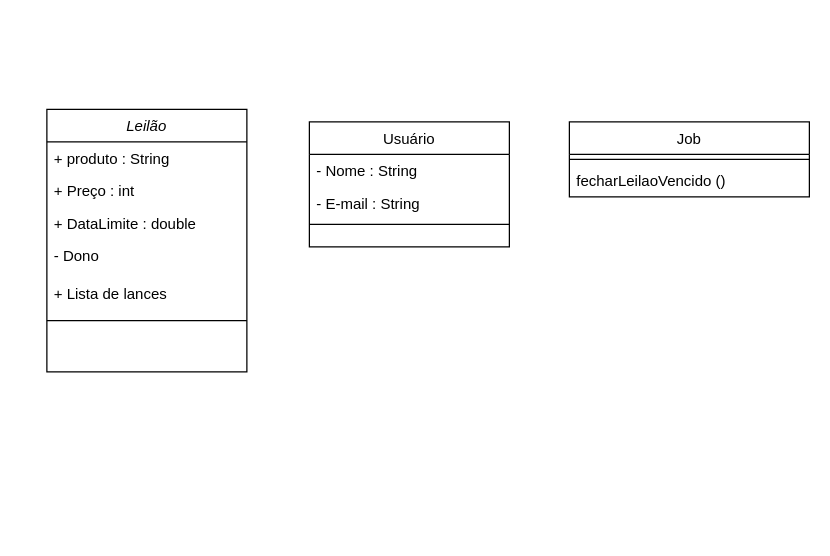
Above: Diagrama de classe sem nome.drawio in Legalso/diagrams (draw.io), before the change. Source tidied: cells renumbered, new cells numbered last; positions are measured from the earlier drawing's top-left corner, leaving out a move shared by most shapes. Both pictures are drawn from the tidied source at 125%, with x=0, y=0 at pixel (46, 109).
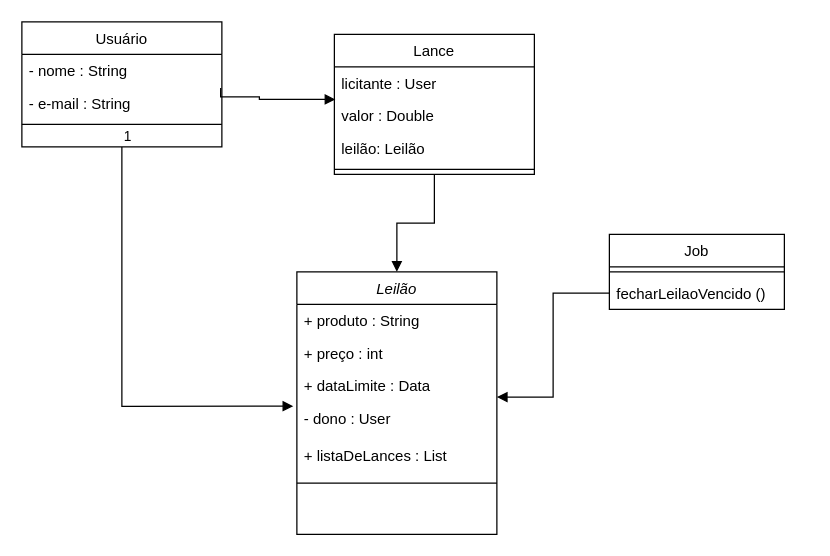
After the change.

The edit, as a diff of the source:
```diff
@@
     <mxCell id="2" value="Leilão" style="swimlane;fontStyle=2;align=center;verticalAlign=top;horizontal=1;startSize=26;rounded=0;shadow=0;strokeWidth=1;" parent="1" vertex="1">
-      <mxGeometry width="160" height="210" as="geometry" />
+      <mxGeometry x="200" y="130" width="160" height="210" as="geometry" />
     </mxCell>
@@
-    <mxCell id="4" value="+ Preço : int" style="text;align=left;verticalAlign=top;spacingLeft=4;spacingRight=4;overflow=hidden;rounded=0;shadow=0;html=0;" parent="2" vertex="1">
+    <mxCell id="4" value="+ preço : int" style="text;align=left;verticalAlign=top;spacingLeft=4;spacingRight=4;overflow=hidden;rounded=0;shadow=0;html=0;" parent="2" vertex="1">
       <mxGeometry y="52" width="160" height="26" as="geometry" />
     </mxCell>
-    <mxCell id="5" value="+ DataLimite : double&#10;" style="text;align=left;verticalAlign=top;spacingLeft=4;spacingRight=4;overflow=hidden;rounded=0;shadow=0;html=0;" parent="2" vertex="1">
+    <mxCell id="5" value="+ dataLimite : Data&#10;" style="text;align=left;verticalAlign=top;spacingLeft=4;spacingRight=4;overflow=hidden;rounded=0;shadow=0;html=0;" parent="2" vertex="1">
       <mxGeometry y="78" width="160" height="26" as="geometry" />
     </mxCell>
-    <mxCell id="6" value="- Dono" style="text;align=left;verticalAlign=top;spacingLeft=4;spacingRight=4;overflow=hidden;points=[[0,0.5],[1,0.5]];portConstraint=eastwest;" parent="2" vertex="1">
+    <mxCell id="6" value="- dono : User" style="text;align=left;verticalAlign=top;spacingLeft=4;spacingRight=4;overflow=hidden;points=[[0,0.5],[1,0.5]];portConstraint=eastwest;" parent="2" vertex="1">
       <mxGeometry y="104" width="160" height="30" as="geometry" />
     </mxCell>
-    <mxCell id="7" value="+ Lista de lances" style="text;align=left;verticalAlign=top;spacingLeft=4;spacingRight=4;overflow=hidden;" parent="2" vertex="1">
+    <mxCell id="7" value="+ listaDeLances : List" style="text;align=left;verticalAlign=top;spacingLeft=4;spacingRight=4;overflow=hidden;" parent="2" vertex="1">
       <mxGeometry y="134" width="160" height="30" as="geometry" />
     </mxCell>
@@
     <mxCell id="9" value="Usuário" style="swimlane;fontStyle=0;align=center;verticalAlign=top;horizontal=1;startSize=26;rounded=0;shadow=0;strokeWidth=1;" parent="1" vertex="1">
-      <mxGeometry x="210" y="10" width="160" height="100" as="geometry" />
+      <mxGeometry x="-20" y="-70" width="160" height="100" as="geometry" />
     </mxCell>
-    <mxCell id="10" value="- Nome : String" style="text;align=left;verticalAlign=top;spacingLeft=4;spacingRight=4;overflow=hidden;" parent="9" vertex="1">
+    <mxCell id="10" value="- nome : String" style="text;align=left;verticalAlign=top;spacingLeft=4;spacingRight=4;overflow=hidden;" parent="9" vertex="1">
       <mxGeometry y="26" width="160" height="26" as="geometry" />
     </mxCell>
-    <mxCell id="11" value="- E-mail : String" style="text;align=left;verticalAlign=top;spacingLeft=4;spacingRight=4;overflow=hidden;points=[[0,0.5],[1,0.5]];portConstraint=eastwest;rounded=0;shadow=0;html=0;" parent="9" vertex="1">
+    <mxCell id="11" value="- e-mail : String" style="text;align=left;verticalAlign=top;spacingLeft=4;spacingRight=4;overflow=hidden;points=[[0,0.5],[1,0.5]];portConstraint=eastwest;rounded=0;shadow=0;html=0;" parent="9" vertex="1">
       <mxGeometry y="52" width="160" height="26" as="geometry" />
     </mxCell>
@@
     <mxCell id="13" value="Job" style="swimlane;fontStyle=0;align=center;verticalAlign=top;horizontal=1;startSize=26;rounded=0;shadow=0;strokeWidth=1;" parent="1" vertex="1">
-      <mxGeometry x="418" y="10" width="192" height="60" as="geometry" />
+      <mxGeometry x="450" y="100" width="140" height="60" as="geometry" />
     </mxCell>
     <mxCell id="14" style="line;html=1;strokeWidth=1;align=left;verticalAlign=middle;spacingTop=-1;spacingLeft=3;spacingRight=3;labelPosition=right;" parent="13" vertex="1">
-      <mxGeometry y="26" width="192" height="8" as="geometry" />
+      <mxGeometry y="26" width="140" height="8" as="geometry" />
     </mxCell>
     <mxCell id="15" value="fecharLeilaoVencido ()" style="text;align=left;verticalAlign=top;spacingLeft=4;spacingRight=4;overflow=hidden;points=[[0,0.5],[1,0.5]];portConstraint=eastwest;" parent="13" vertex="1">
-      <mxGeometry y="34" width="192" height="26" as="geometry" />
+      <mxGeometry y="34" width="140" height="26" as="geometry" />
     </mxCell>
+    <mxCell id="16" value="Lance" style="swimlane;fontStyle=0;align=center;verticalAlign=top;horizontal=1;startSize=26;rounded=0;shadow=0;strokeWidth=1;" parent="1" vertex="1">
+      <mxGeometry x="230" y="-60" width="160" height="112" as="geometry" />
+    </mxCell>
+    <mxCell id="17" value="licitante : User" style="text;align=left;verticalAlign=top;spacingLeft=4;spacingRight=4;overflow=hidden;" parent="16" vertex="1">
+      <mxGeometry y="26" width="160" height="26" as="geometry" />
+    </mxCell>
+    <mxCell id="18" value="valor : Double&#10;" style="text;align=left;verticalAlign=top;spacingLeft=4;spacingRight=4;overflow=hidden;points=[[0,0.5],[1,0.5]];portConstraint=eastwest;rounded=0;shadow=0;html=0;" parent="16" vertex="1">
+      <mxGeometry y="52" width="160" height="26" as="geometry" />
+    </mxCell>
+    <mxCell id="19" value="leilão: Leilão" style="text;align=left;verticalAlign=top;spacingLeft=4;spacingRight=4;overflow=hidden;rounded=0;shadow=0;html=0;" parent="16" vertex="1">
+      <mxGeometry y="78" width="160" height="26" as="geometry" />
+    </mxCell>
+    <mxCell id="20" style="line;html=1;strokeWidth=1;align=left;verticalAlign=middle;spacingTop=-1;spacingLeft=3;spacingRight=3;labelPosition=right;" parent="16" vertex="1">
+      <mxGeometry y="104" width="160" height="8" as="geometry" />
+    </mxCell>
+    <mxCell id="21" value="&lt;br&gt;" style="endArrow=block;endFill=1;html=1;edgeStyle=orthogonalEdgeStyle;align=left;verticalAlign=top;rounded=0;exitX=0.5;exitY=1;exitDx=0;exitDy=0;entryX=-0.018;entryY=0.115;entryDx=0;entryDy=0;entryPerimeter=0;" parent="1" edge="1" source="9" target="6">
+      <mxGeometry x="-1" relative="1" as="geometry" />
+    </mxCell>
+    <mxCell id="22" value="1" style="edgeLabel;html=1;align=left;verticalAlign=bottom;" parent="21" vertex="1">
+      <mxGeometry x="-1" relative="1" as="geometry" />
+    </mxCell>
+    <mxCell id="23" value="&lt;br&gt;" style="endArrow=block;endFill=1;html=1;edgeStyle=orthogonalEdgeStyle;align=left;verticalAlign=top;rounded=0;exitX=0.5;exitY=1;exitDx=0;exitDy=0;entryX=0.5;entryY=0;entryDx=0;entryDy=0;" parent="1" edge="1" source="16" target="2">
+      <mxGeometry x="-0.2" y="-90" relative="1" as="geometry" />
+    </mxCell>
+    <mxCell id="24" value="&lt;br&gt;" style="edgeLabel;html=1;align=left;verticalAlign=bottom;" parent="23" vertex="1">
+      <mxGeometry x="-1" relative="1" as="geometry">
+        <mxPoint x="140" y="20" as="offset" />
+      </mxGeometry>
+    </mxCell>
+    <mxCell id="25" value="&lt;br&gt;" style="endArrow=block;endFill=1;html=1;edgeStyle=orthogonalEdgeStyle;align=left;verticalAlign=top;rounded=0;exitX=0;exitY=0.5;exitDx=0;exitDy=0;entryX=1;entryY=-0.127;entryDx=0;entryDy=0;entryPerimeter=0;" parent="1" edge="1" source="15" target="6">
+      <mxGeometry x="-0.2" y="-90" relative="1" as="geometry" />
+    </mxCell>
+    <mxCell id="26" value="&lt;br&gt;" style="endArrow=block;endFill=1;html=1;edgeStyle=orthogonalEdgeStyle;align=left;verticalAlign=top;rounded=0;exitX=0.994;exitY=0.035;exitDx=0;exitDy=0;exitPerimeter=0;entryX=0.005;entryY=0;entryDx=0;entryDy=0;entryPerimeter=0;" parent="1" edge="1" source="11" target="18">
+      <mxGeometry x="-0.2" y="-90" relative="1" as="geometry">
+        <Array as="points">
+          <mxPoint x="139" y="-10" />
+          <mxPoint x="170" y="-10" />
+          <mxPoint x="170" y="-8" />
+        </Array>
+      </mxGeometry>
+    </mxCell>
```
